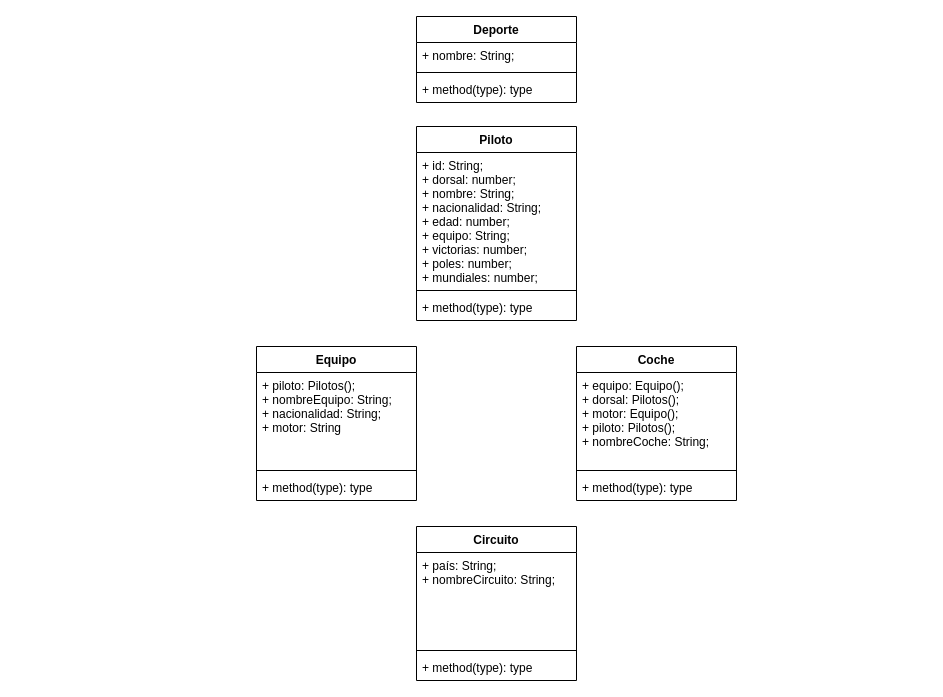
Earlier version of the draw.io diagram Untitled Diagram.drawio (aws108/M3). Source tidied: cells renumbered, new cells numbered last; positions are measured from the earlier drawing's top-left corner, leaving out a move shared by most shapes. Both pictures are drawn from the tidied source at 100%, with x=0, y=0 at pixel (256, 16).
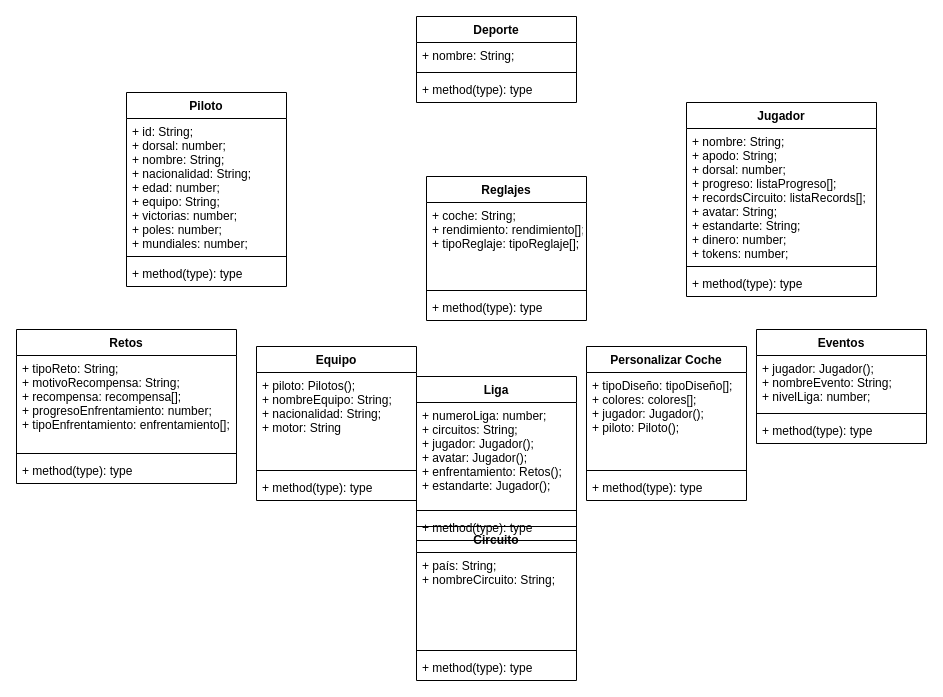
After the change.

Change to the diagram source:
```diff
@@
     <mxCell id="2" value="Piloto" style="swimlane;fontStyle=1;align=center;verticalAlign=top;horizontal=1;startSize=26;" parent="1" vertex="1">
-      <mxGeometry x="160" y="110" width="160" height="194" as="geometry" />
+      <mxGeometry x="-130" y="76" width="160" height="194" as="geometry" />
     </mxCell>
@@
-    <mxCell id="6" value="Coche" style="swimlane;fontStyle=1;align=center;verticalAlign=top;horizontal=1;startSize=26;" parent="1" vertex="1">
-      <mxGeometry x="320" y="330" width="160" height="154" as="geometry" />
+    <mxCell id="6" value="Personalizar Coche" style="swimlane;fontStyle=1;align=center;verticalAlign=top;horizontal=1;startSize=26;" parent="1" vertex="1">
+      <mxGeometry x="330" y="330" width="160" height="154" as="geometry" />
     </mxCell>
-    <mxCell id="7" value="+ equipo: Equipo();&#10;+ dorsal: Pilotos();&#10;+ motor: Equipo();&#10;+ piloto: Pilotos();&#10;+ nombreCoche: String;" style="text;strokeColor=none;fillColor=none;align=left;verticalAlign=top;spacingLeft=4;spacingRight=4;overflow=hidden;" parent="6" vertex="1">
+    <mxCell id="7" value="+ tipoDiseño: tipoDiseño[];&#10;+ colores: colores[];&#10;+ jugador: Jugador();&#10;+ piloto: Piloto();" style="text;strokeColor=none;fillColor=none;align=left;verticalAlign=top;spacingLeft=4;spacingRight=4;overflow=hidden;" parent="6" vertex="1">
       <mxGeometry y="26" width="160" height="94" as="geometry" />
     </mxCell>
@@
+    <mxCell id="22" value="Jugador" style="swimlane;fontStyle=1;align=center;verticalAlign=top;horizontal=1;startSize=26;" parent="1" vertex="1">
+      <mxGeometry x="430" y="86" width="190" height="194" as="geometry" />
+    </mxCell>
+    <mxCell id="23" value="+ nombre: String; &#10;+ apodo: String;&#10;+ dorsal: number;&#10;+ progreso: listaProgreso[];&#10;+ recordsCircuito: listaRecords[];&#10;+ avatar: String;&#10;+ estandarte: String;&#10;+ dinero: number;&#10;+ tokens: number;" style="text;strokeColor=none;fillColor=none;align=left;verticalAlign=top;spacingLeft=4;spacingRight=4;overflow=hidden;" parent="22" vertex="1">
+      <mxGeometry y="26" width="190" height="134" as="geometry" />
+    </mxCell>
+    <mxCell id="24" style="line;strokeWidth=1;fillColor=none;align=left;verticalAlign=middle;spacingTop=-1;spacingLeft=3;spacingRight=3;labelPosition=right;" parent="22" vertex="1">
+      <mxGeometry y="160" width="190" height="8" as="geometry" />
+    </mxCell>
+    <mxCell id="25" value="+ method(type): type" style="text;strokeColor=none;fillColor=none;align=left;verticalAlign=top;spacingLeft=4;spacingRight=4;overflow=hidden;" parent="22" vertex="1">
+      <mxGeometry y="168" width="190" height="26" as="geometry" />
+    </mxCell>
+    <mxCell id="26" value="Eventos" style="swimlane;fontStyle=1;align=center;verticalAlign=top;horizontal=1;startSize=26;" parent="1" vertex="1">
+      <mxGeometry x="500" y="313" width="170" height="114" as="geometry" />
+    </mxCell>
+    <mxCell id="27" value="+ jugador: Jugador();&#10;+ nombreEvento: String;&#10;+ nivelLiga: number; " style="text;strokeColor=none;fillColor=none;align=left;verticalAlign=top;spacingLeft=4;spacingRight=4;overflow=hidden;" parent="26" vertex="1">
+      <mxGeometry y="26" width="170" height="54" as="geometry" />
+    </mxCell>
+    <mxCell id="28" style="line;strokeWidth=1;fillColor=none;align=left;verticalAlign=middle;spacingTop=-1;spacingLeft=3;spacingRight=3;labelPosition=right;" parent="26" vertex="1">
+      <mxGeometry y="80" width="170" height="8" as="geometry" />
+    </mxCell>
+    <mxCell id="29" value="+ method(type): type" style="text;strokeColor=none;fillColor=none;align=left;verticalAlign=top;spacingLeft=4;spacingRight=4;overflow=hidden;" parent="26" vertex="1">
+      <mxGeometry y="88" width="170" height="26" as="geometry" />
+    </mxCell>
+    <mxCell id="30" value="Retos" style="swimlane;fontStyle=1;align=center;verticalAlign=top;horizontal=1;startSize=26;" parent="1" vertex="1">
+      <mxGeometry x="-240" y="313" width="220" height="154" as="geometry" />
+    </mxCell>
+    <mxCell id="31" value="+ tipoReto: String;&#10;+ motivoRecompensa: String;&#10;+ recompensa: recompensa[];&#10;+ progresoEnfrentamiento: number;&#10;+ tipoEnfrentamiento: enfrentamiento[];" style="text;strokeColor=none;fillColor=none;align=left;verticalAlign=top;spacingLeft=4;spacingRight=4;overflow=hidden;" parent="30" vertex="1">
+      <mxGeometry y="26" width="220" height="94" as="geometry" />
+    </mxCell>
+    <mxCell id="32" style="line;strokeWidth=1;fillColor=none;align=left;verticalAlign=middle;spacingTop=-1;spacingLeft=3;spacingRight=3;labelPosition=right;" parent="30" vertex="1">
+      <mxGeometry y="120" width="220" height="8" as="geometry" />
+    </mxCell>
+    <mxCell id="33" value="+ method(type): type" style="text;strokeColor=none;fillColor=none;align=left;verticalAlign=top;spacingLeft=4;spacingRight=4;overflow=hidden;" parent="30" vertex="1">
+      <mxGeometry y="128" width="220" height="26" as="geometry" />
+    </mxCell>
+    <mxCell id="34" value="Liga" style="swimlane;fontStyle=1;align=center;verticalAlign=top;horizontal=1;startSize=26;" parent="1" vertex="1">
+      <mxGeometry x="160" y="360" width="160" height="164" as="geometry" />
+    </mxCell>
+    <mxCell id="35" value="+ numeroLiga: number;&#10;+ circuitos: String;&#10;+ jugador: Jugador();&#10;+ avatar: Jugador();&#10;+ enfrentamiento: Retos();&#10;+ estandarte: Jugador();" style="text;strokeColor=none;fillColor=none;align=left;verticalAlign=top;spacingLeft=4;spacingRight=4;overflow=hidden;" parent="34" vertex="1">
+      <mxGeometry y="26" width="160" height="104" as="geometry" />
+    </mxCell>
+    <mxCell id="36" style="line;strokeWidth=1;fillColor=none;align=left;verticalAlign=middle;spacingTop=-1;spacingLeft=3;spacingRight=3;labelPosition=right;" parent="34" vertex="1">
+      <mxGeometry y="130" width="160" height="8" as="geometry" />
+    </mxCell>
+    <mxCell id="37" value="+ method(type): type" style="text;strokeColor=none;fillColor=none;align=left;verticalAlign=top;spacingLeft=4;spacingRight=4;overflow=hidden;" parent="34" vertex="1">
+      <mxGeometry y="138" width="160" height="26" as="geometry" />
+    </mxCell>
+    <mxCell id="38" value="Reglajes" style="swimlane;fontStyle=1;align=center;verticalAlign=top;horizontal=1;startSize=26;" parent="1" vertex="1">
+      <mxGeometry x="170" y="160" width="160" height="144" as="geometry" />
+    </mxCell>
+    <mxCell id="39" value="+ coche: String;&#10;+ rendimiento: rendimiento[];&#10;+ tipoReglaje: tipoReglaje[];&#10;" style="text;strokeColor=none;fillColor=none;align=left;verticalAlign=top;spacingLeft=4;spacingRight=4;overflow=hidden;" parent="38" vertex="1">
+      <mxGeometry y="26" width="160" height="84" as="geometry" />
+    </mxCell>
+    <mxCell id="40" style="line;strokeWidth=1;fillColor=none;align=left;verticalAlign=middle;spacingTop=-1;spacingLeft=3;spacingRight=3;labelPosition=right;" parent="38" vertex="1">
+      <mxGeometry y="110" width="160" height="8" as="geometry" />
+    </mxCell>
+    <mxCell id="41" value="+ method(type): type" style="text;strokeColor=none;fillColor=none;align=left;verticalAlign=top;spacingLeft=4;spacingRight=4;overflow=hidden;" parent="38" vertex="1">
+      <mxGeometry y="118" width="160" height="26" as="geometry" />
+    </mxCell>
```
